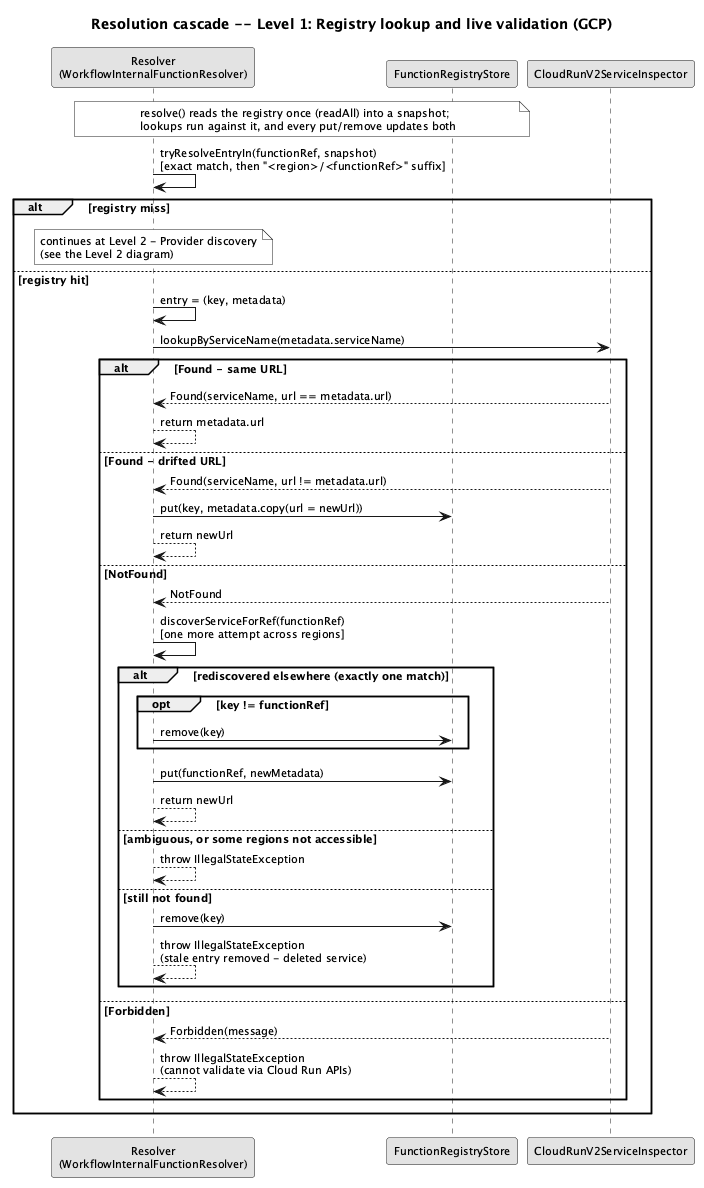
Before: diagrams/resolution-cascade-level1-gcp.png, a diagram exported from PlantUML (EngenheiroPedroCarvalho/ISEL-Thesis-2526).
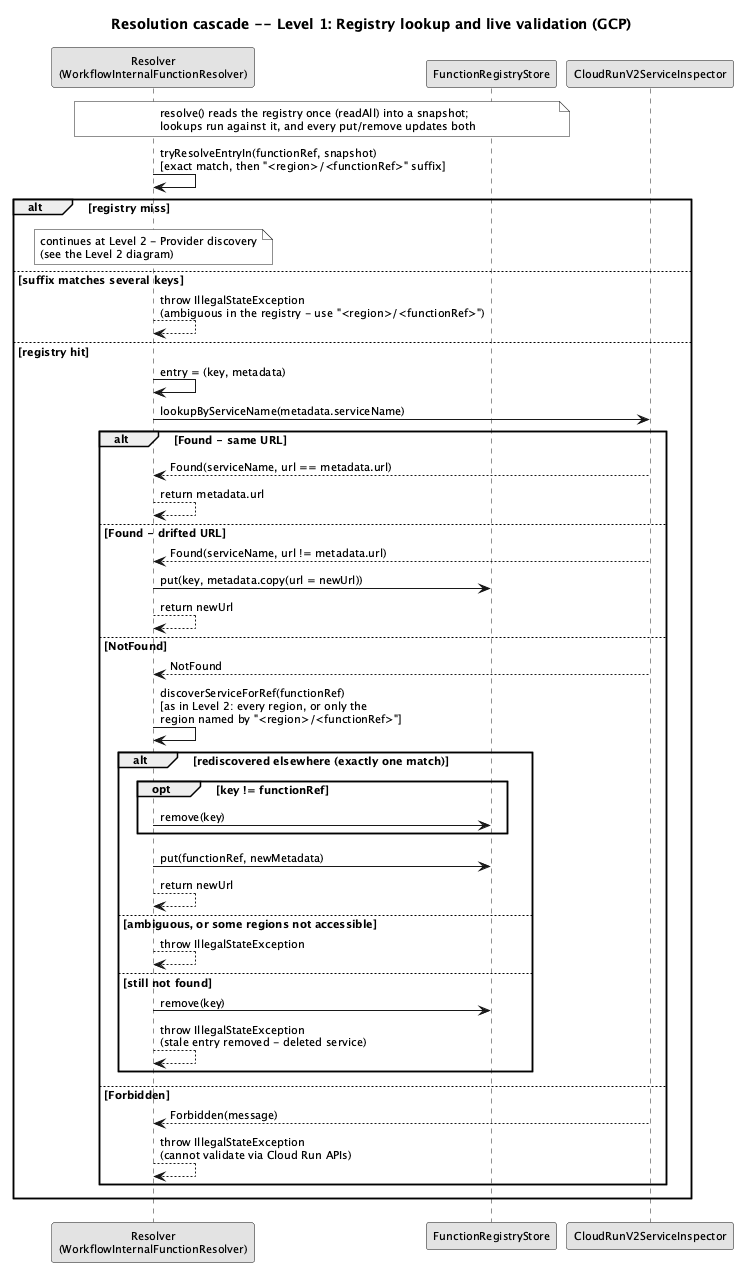
Later version of the same file.

What changed in the source:
```diff
@@ -18,6 +18,8 @@
     continues at Level 2 - Provider discovery
     (see the Level 2 diagram)
   end note
+else suffix matches several keys
+  R --> R : throw IllegalStateException\n(ambiguous in the registry - use "<region>/<functionRef>")
 else registry hit
   R -> R : entry = (key, metadata)
 
@@ -31,7 +33,7 @@
     R --> R : return newUrl
   else NotFound
     GI --> R : NotFound
-    R -> R : discoverServiceForRef(functionRef)\n[one more attempt across regions]
+    R -> R : discoverServiceForRef(functionRef)\n[as in Level 2: every region, or only the\nregion named by "<region>/<functionRef>"]
     alt rediscovered elsewhere (exactly one match)
       opt key != functionRef
         R -> REG : remove(key)
```
